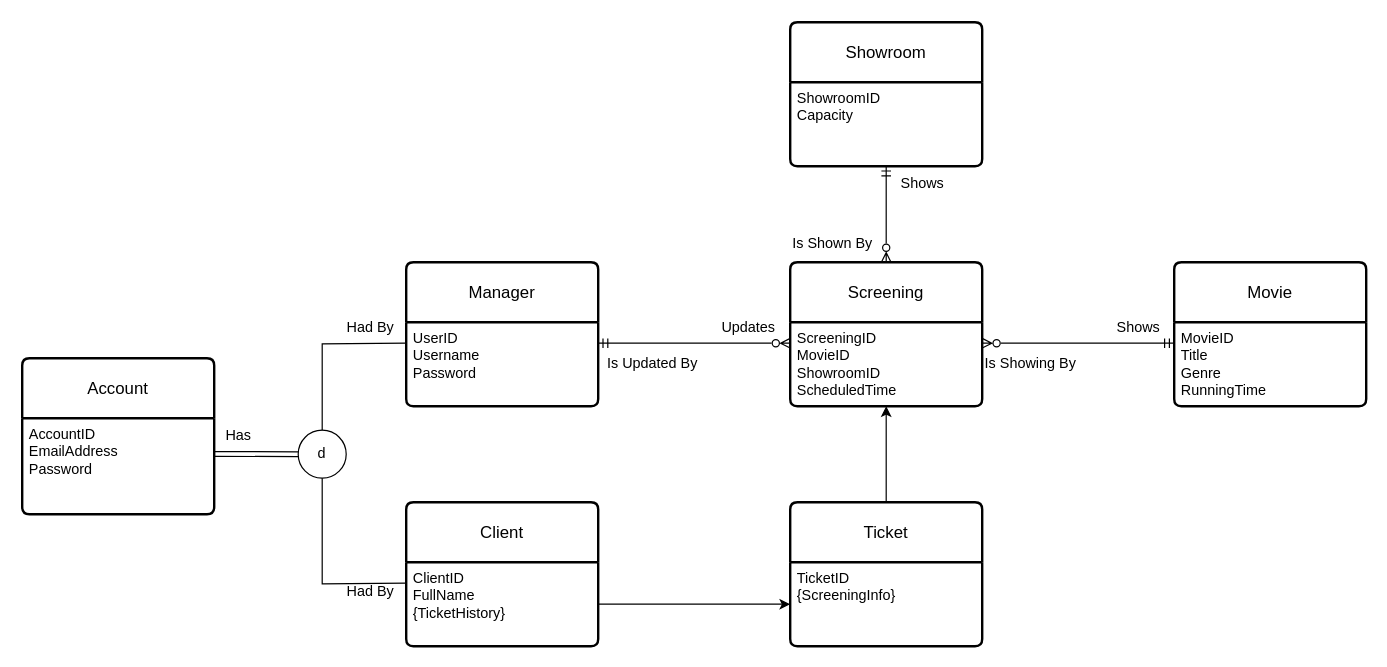
Earlier version of the draw.io diagram FinalProjectEER.drawio (JustinBouffard/MovieTheaterManagementApp). Source tidied: cells renumbered, new cells numbered last; positions are measured from the earlier drawing's top-left corner, leaving out a move shared by most shapes. Both pictures are drawn from the tidied source at 120%, with x=0, y=0 at pixel (22, 22).
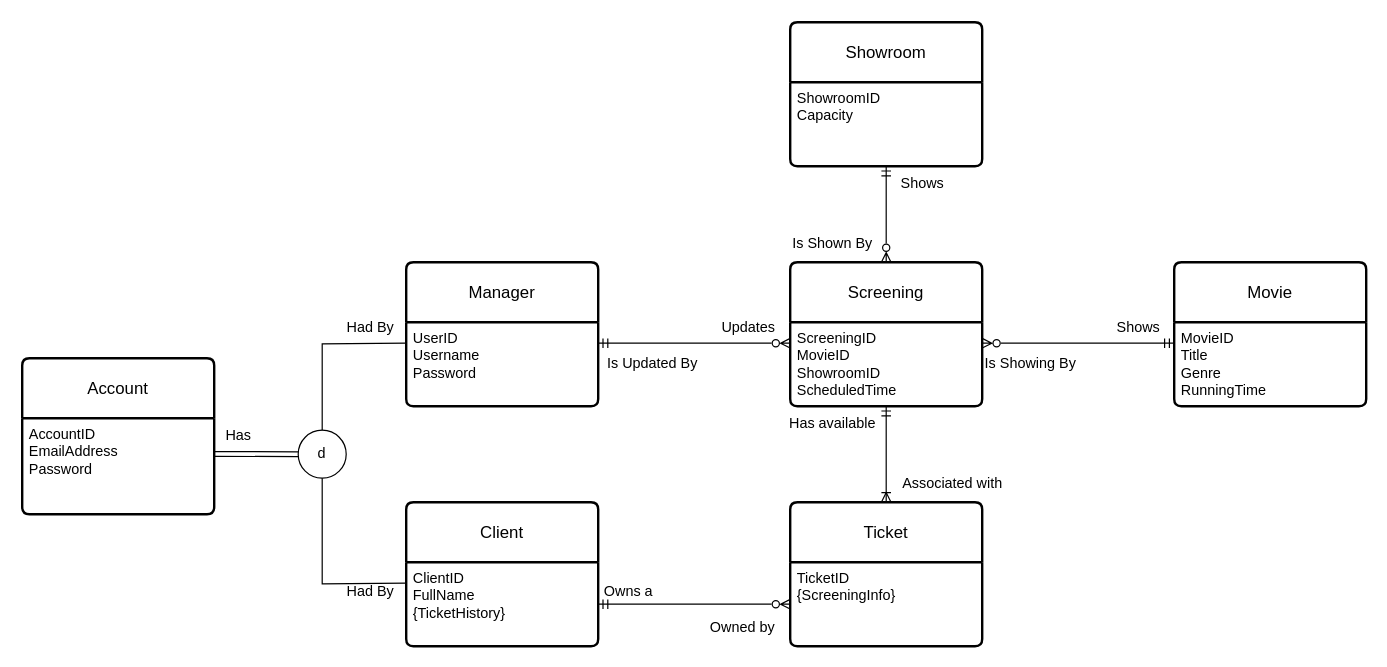
Above is the later version.

Unchanged cells that the change refers to:
```xml
<mxCell id="3" value="ClientID&lt;div&gt;FullName&lt;/div&gt;&lt;div&gt;{TicketHistory}&lt;/div&gt;" style="align=left;strokeColor=none;fillColor=none;spacingLeft=4;spacingRight=4;fontSize=12;verticalAlign=top;html=1;whiteSpace=wrap;" parent="2" vertex="1">
  <mxGeometry y="50" width="160" height="70" as="geometry" />
</mxCell>
<mxCell id="11" value="&lt;div&gt;ScreeningID&lt;/div&gt;MovieID&lt;div&gt;ShowroomID&lt;/div&gt;&lt;div&gt;ScheduledTime&lt;/div&gt;" style="align=left;strokeColor=none;fillColor=none;spacingLeft=4;spacingRight=4;fontSize=12;verticalAlign=top;html=1;whiteSpace=wrap;" parent="10" vertex="1">
  <mxGeometry y="50" width="160" height="70" as="geometry" />
</mxCell>
<mxCell id="13" value="Ticket" style="swimlane;horizontal=1;startSize=50;rounded=1;fontSize=14;fontStyle=0;strokeWidth=2;shadow=0;dashed=0;align=center;arcSize=4;whiteSpace=wrap;html=1;" parent="1" vertex="1">
  <mxGeometry x="640" y="400" width="160" height="120" as="geometry" />
</mxCell>
<mxCell id="14" value="TicketID&lt;div&gt;{ScreeningInfo}&lt;/div&gt;" style="align=left;strokeColor=none;fillColor=none;spacingLeft=4;spacingRight=4;fontSize=12;verticalAlign=top;html=1;whiteSpace=wrap;" parent="13" vertex="1">
  <mxGeometry y="50" width="160" height="70" as="geometry" />
</mxCell>
```

What changed in the source:
```diff
@@
-    <mxCell id="12" style="edgeStyle=orthogonalEdgeStyle;rounded=0;jettySize=auto;html=1;" parent="1" edge="1" source="13" target="11">
+    <mxCell id="12" style="edgeStyle=orthogonalEdgeStyle;rounded=0;jettySize=auto;html=1;startArrow=ERoneToMany;startFill=0;endArrow=ERmandOne;endFill=0;" parent="1" edge="1" source="13" target="11">
       <mxGeometry relative="1" as="geometry" />
     </mxCell>
@@
-    <mxCell id="33" style="edgeStyle=orthogonalEdgeStyle;rounded=0;jettySize=auto;html=1;" parent="1" edge="1" source="3" target="14">
+    <mxCell id="33" style="edgeStyle=orthogonalEdgeStyle;rounded=0;jettySize=auto;html=1;startArrow=ERmandOne;startFill=0;endArrow=ERzeroToMany;endFill=0;" parent="1" edge="1" source="3" target="14">
       <mxGeometry relative="1" as="geometry" />
     </mxCell>
+    <mxCell id="34" value="Owns a" style="text;html=1;align=center;verticalAlign=middle;strokeColor=none;fillColor=none;" parent="1" vertex="1">
+      <mxGeometry x="475" y="460" width="60" height="30" as="geometry" />
+    </mxCell>
+    <mxCell id="35" value="Owned by" style="text;html=1;align=center;verticalAlign=middle;strokeColor=none;fillColor=none;" parent="1" vertex="1">
+      <mxGeometry x="560" y="490" width="80" height="30" as="geometry" />
+    </mxCell>
+    <mxCell id="36" value="Associated with" style="text;html=1;align=center;verticalAlign=middle;strokeColor=none;fillColor=none;" parent="1" vertex="1">
+      <mxGeometry x="720" y="370" width="110" height="30" as="geometry" />
+    </mxCell>
+    <mxCell id="37" value="Has available" style="text;html=1;align=center;verticalAlign=middle;strokeColor=none;fillColor=none;" parent="1" vertex="1">
+      <mxGeometry x="625" y="320" width="100" height="30" as="geometry" />
+    </mxCell>
```
